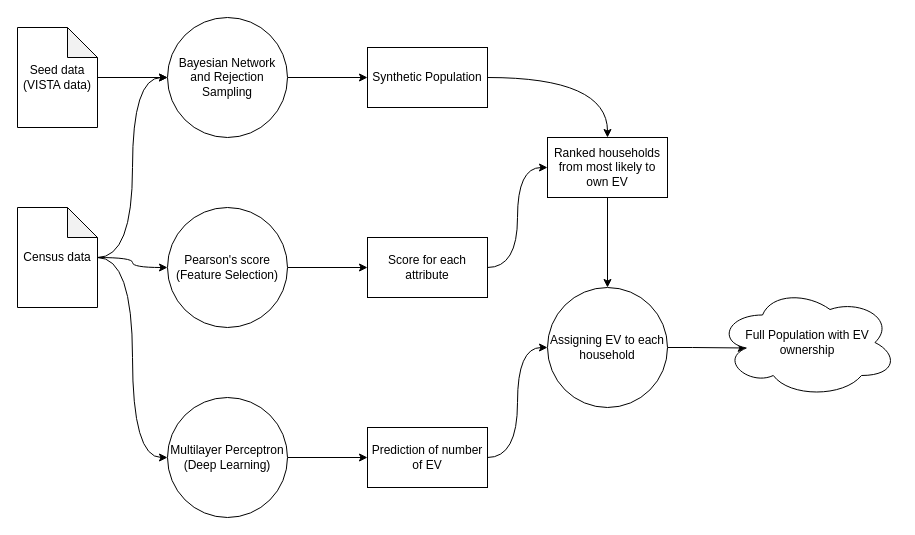
Earlier version of the draw.io diagram PopSynthesis/Benchmark/plotland/aitpm_conf.drawio (bobkatla/PopSyn_Monash). Source tidied: cells renumbered, new cells numbered last; positions are measured from the earlier drawing's top-left corner, leaving out a move shared by most shapes. Both pictures are drawn from the tidied source at 100%, with x=0, y=0 at pixel (17, 17).
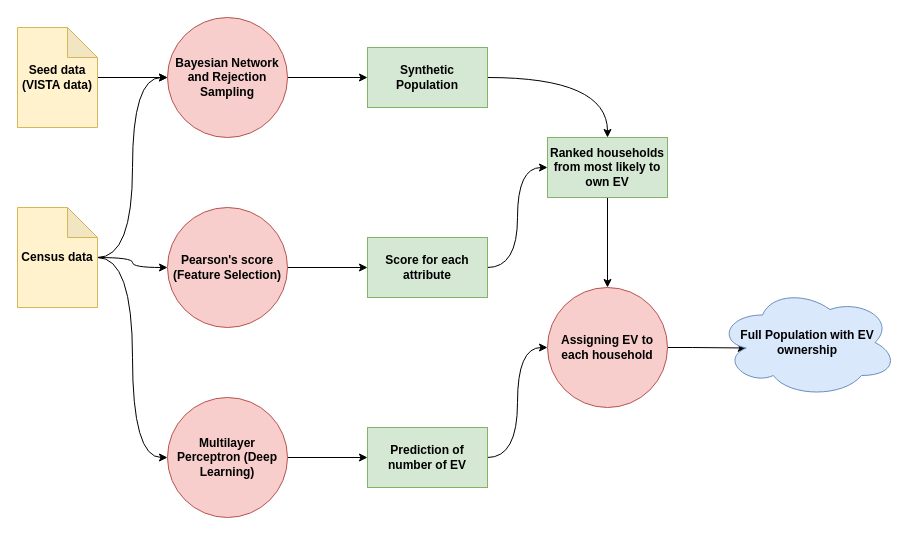
After the change.

Diff of the diagram source:
```diff
@@
-    <mxCell id="5" value="Census data" style="shape=note;whiteSpace=wrap;html=1;backgroundOutline=1;darkOpacity=0.05;" parent="1" vertex="1">
+    <mxCell id="5" value="&lt;b&gt;Census data&lt;/b&gt;" style="shape=note;whiteSpace=wrap;html=1;backgroundOutline=1;darkOpacity=0.05;fillColor=#fff2cc;strokeColor=#d6b656;" parent="1" vertex="1">
       <mxGeometry y="190" width="80" height="100" as="geometry" />
     </mxCell>
@@
-    <mxCell id="7" value="Seed data (VISTA data)" style="shape=note;whiteSpace=wrap;html=1;backgroundOutline=1;darkOpacity=0.05;" parent="1" vertex="1">
+    <mxCell id="7" value="&lt;b&gt;Seed data (VISTA data)&lt;/b&gt;" style="shape=note;whiteSpace=wrap;html=1;backgroundOutline=1;darkOpacity=0.05;fillColor=#fff2cc;strokeColor=#d6b656;" parent="1" vertex="1">
       <mxGeometry y="10" width="80" height="100" as="geometry" />
     </mxCell>
@@
-    <mxCell id="9" value="Bayesian Network and Rejection Sampling" style="ellipse;whiteSpace=wrap;html=1;" parent="1" vertex="1">
+    <mxCell id="9" value="&lt;b&gt;Bayesian Network and Rejection Sampling&lt;/b&gt;" style="ellipse;whiteSpace=wrap;html=1;fillColor=#f8cecc;strokeColor=#b85450;" parent="1" vertex="1">
       <mxGeometry x="150" width="120" height="120" as="geometry" />
     </mxCell>
@@
-    <mxCell id="11" value="Synthetic Population" style="rounded=0;whiteSpace=wrap;html=1;" parent="1" vertex="1">
+    <mxCell id="11" value="&lt;b&gt;Synthetic Population&lt;/b&gt;" style="rounded=0;whiteSpace=wrap;html=1;fillColor=#d5e8d4;strokeColor=#82b366;" parent="1" vertex="1">
       <mxGeometry x="350" y="30" width="120" height="60" as="geometry" />
     </mxCell>
@@
-    <mxCell id="13" value="Multilayer Perceptron (Deep Learning)" style="ellipse;whiteSpace=wrap;html=1;" parent="1" vertex="1">
+    <mxCell id="13" value="&lt;b&gt;Multilayer Perceptron (Deep Learning)&lt;/b&gt;" style="ellipse;whiteSpace=wrap;html=1;fillColor=#f8cecc;strokeColor=#b85450;" parent="1" vertex="1">
       <mxGeometry x="150" y="380" width="120" height="120" as="geometry" />
     </mxCell>
@@
-    <mxCell id="15" value="Pearson's score (Feature Selection)" style="ellipse;whiteSpace=wrap;html=1;" parent="1" vertex="1">
+    <mxCell id="15" value="&lt;b&gt;Pearson's score (Feature Selection)&lt;/b&gt;" style="ellipse;whiteSpace=wrap;html=1;fillColor=#f8cecc;strokeColor=#b85450;" parent="1" vertex="1">
       <mxGeometry x="150" y="190" width="120" height="120" as="geometry" />
     </mxCell>
@@
-    <mxCell id="17" value="Prediction of number of EV" style="rounded=0;whiteSpace=wrap;html=1;" parent="1" vertex="1">
+    <mxCell id="17" value="&lt;b&gt;Prediction of number of EV&lt;/b&gt;" style="rounded=0;whiteSpace=wrap;html=1;fillColor=#d5e8d4;strokeColor=#82b366;" parent="1" vertex="1">
       <mxGeometry x="350" y="410" width="120" height="60" as="geometry" />
     </mxCell>
@@
-    <mxCell id="19" value="Score for each attribute" style="rounded=0;whiteSpace=wrap;html=1;" parent="1" vertex="1">
+    <mxCell id="19" value="&lt;b&gt;Score for each attribute&lt;/b&gt;" style="rounded=0;whiteSpace=wrap;html=1;fillColor=#d5e8d4;strokeColor=#82b366;" parent="1" vertex="1">
       <mxGeometry x="350" y="220" width="120" height="60" as="geometry" />
     </mxCell>
@@
-    <mxCell id="21" value="Ranked households from most likely to own EV" style="rounded=0;whiteSpace=wrap;html=1;" parent="1" vertex="1">
+    <mxCell id="21" value="&lt;b&gt;Ranked households from most likely to own EV&lt;/b&gt;" style="rounded=0;whiteSpace=wrap;html=1;fillColor=#d5e8d4;strokeColor=#82b366;" parent="1" vertex="1">
       <mxGeometry x="530" y="120" width="120" height="60" as="geometry" />
     </mxCell>
@@
-    <mxCell id="23" value="Assigning EV to each household" style="ellipse;whiteSpace=wrap;html=1;" parent="1" vertex="1">
+    <mxCell id="23" value="&lt;b&gt;Assigning EV to each household&lt;/b&gt;" style="ellipse;whiteSpace=wrap;html=1;fillColor=#f8cecc;strokeColor=#b85450;" parent="1" vertex="1">
       <mxGeometry x="530" y="270" width="120" height="120" as="geometry" />
     </mxCell>
-    <mxCell id="24" value="Full Population with EV ownership" style="ellipse;shape=cloud;whiteSpace=wrap;html=1;" parent="1" vertex="1">
+    <mxCell id="24" value="&lt;b&gt;Full Population with EV ownership&lt;/b&gt;" style="ellipse;shape=cloud;whiteSpace=wrap;html=1;fillColor=#dae8fc;strokeColor=#6c8ebf;" parent="1" vertex="1">
       <mxGeometry x="700" y="270" width="180" height="110" as="geometry" />
     </mxCell>
```
